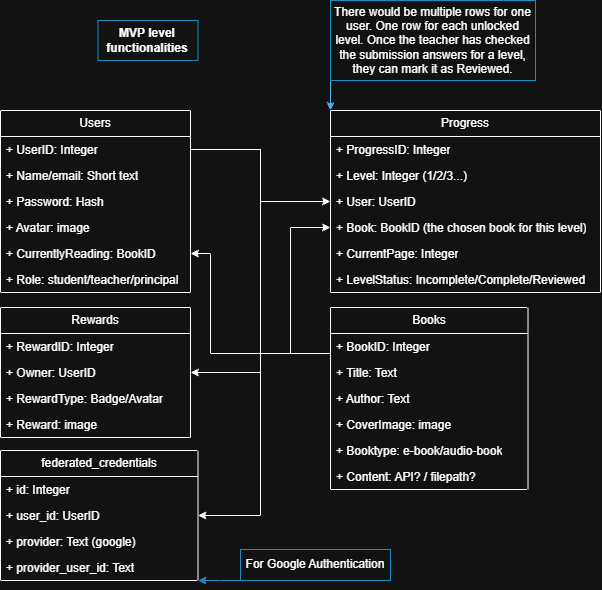
Above: Documentation/charts/DB-structure-MVP.drawio.png in Osoito/ReadingDiplomaWebGame_Capstone1 (draw.io), before the change. Source tidied: cells renumbered, new cells last; positions are measured from the earlier drawing's top-left corner, leaving out a move shared by most shapes. Source of this version:
```xml
<mxGraphModel>
  <root>
    <mxCell id="0" />
    <mxCell id="1" parent="0" />
    <mxCell id="2" value="Users" style="swimlane;fontStyle=0;horizontal=1;startSize=26;fillColor=none;whiteSpace=wrap;html=1;" parent="1" vertex="1">
      <mxGeometry y="110" width="190" height="182" as="geometry" />
    </mxCell>
    <mxCell id="3" value="+ UserID: Integer" style="text;strokeColor=none;fillColor=none;align=left;verticalAlign=top;spacingLeft=4;spacingRight=4;overflow=hidden;points=[[0,0.5],[1,0.5]];portConstraint=eastwest;whiteSpace=wrap;html=1;" parent="2" vertex="1">
      <mxGeometry y="26" width="190" height="26" as="geometry" />
    </mxCell>
    <mxCell id="4" value="+ Name/email: Short text" style="text;strokeColor=none;fillColor=none;align=left;verticalAlign=top;spacingLeft=4;spacingRight=4;overflow=hidden;whiteSpace=wrap;html=1;" parent="2" vertex="1">
      <mxGeometry y="52" width="190" height="26" as="geometry" />
    </mxCell>
    <mxCell id="5" value="+ Password: Hash" style="text;strokeColor=none;fillColor=none;align=left;verticalAlign=top;spacingLeft=4;spacingRight=4;overflow=hidden;whiteSpace=wrap;html=1;" parent="2" vertex="1">
      <mxGeometry y="78" width="190" height="26" as="geometry" />
    </mxCell>
    <mxCell id="6" value="+ Avatar: image" style="text;strokeColor=none;fillColor=none;align=left;verticalAlign=top;spacingLeft=4;spacingRight=4;overflow=hidden;whiteSpace=wrap;html=1;" parent="2" vertex="1">
      <mxGeometry y="104" width="190" height="26" as="geometry" />
    </mxCell>
    <mxCell id="7" value="+ CurrentlyReading: BookID" style="text;strokeColor=none;fillColor=none;align=left;verticalAlign=top;spacingLeft=4;spacingRight=4;overflow=hidden;points=[[0,0.5],[1,0.5]];portConstraint=eastwest;whiteSpace=wrap;html=1;" parent="2" vertex="1">
      <mxGeometry y="130" width="190" height="26" as="geometry" />
    </mxCell>
    <mxCell id="8" value="+ Role: student/teacher/principal" style="text;strokeColor=none;fillColor=none;align=left;verticalAlign=top;spacingLeft=4;spacingRight=4;overflow=hidden;whiteSpace=wrap;html=1;" parent="2" vertex="1">
      <mxGeometry y="156" width="190" height="26" as="geometry" />
    </mxCell>
    <mxCell id="9" value="Books" style="swimlane;fontStyle=0;horizontal=1;startSize=26;fillColor=none;whiteSpace=wrap;html=1;" parent="1" vertex="1">
      <mxGeometry x="330" y="307" width="197.5" height="182" as="geometry" />
    </mxCell>
    <mxCell id="10" value="+ BookID: Integer" style="text;strokeColor=none;fillColor=none;align=left;verticalAlign=top;spacingLeft=4;spacingRight=4;overflow=hidden;points=[[0,0.5],[1,0.5]];portConstraint=eastwest;whiteSpace=wrap;html=1;" parent="9" vertex="1">
      <mxGeometry y="26" width="197.5" height="26" as="geometry" />
    </mxCell>
    <mxCell id="11" value="+ Title: Text" style="text;strokeColor=none;fillColor=none;align=left;verticalAlign=top;spacingLeft=4;spacingRight=4;overflow=hidden;whiteSpace=wrap;html=1;" parent="9" vertex="1">
      <mxGeometry y="52" width="197.5" height="26" as="geometry" />
    </mxCell>
    <mxCell id="12" value="+ Author: Text" style="text;strokeColor=none;fillColor=none;align=left;verticalAlign=top;spacingLeft=4;spacingRight=4;overflow=hidden;whiteSpace=wrap;html=1;" parent="9" vertex="1">
      <mxGeometry y="78" width="197.5" height="26" as="geometry" />
    </mxCell>
    <mxCell id="13" value="+ CoverImage: image" style="text;strokeColor=none;fillColor=none;align=left;verticalAlign=top;spacingLeft=4;spacingRight=4;overflow=hidden;whiteSpace=wrap;html=1;" parent="9" vertex="1">
      <mxGeometry y="104" width="197.5" height="26" as="geometry" />
    </mxCell>
    <mxCell id="14" value="+ Booktype: e-book/audio-book" style="text;strokeColor=none;fillColor=none;align=left;verticalAlign=top;spacingLeft=4;spacingRight=4;overflow=hidden;whiteSpace=wrap;html=1;" parent="9" vertex="1">
      <mxGeometry y="130" width="197.5" height="26" as="geometry" />
    </mxCell>
    <mxCell id="15" value="+ Content: API? / filepath?" style="text;strokeColor=none;fillColor=none;align=left;verticalAlign=top;spacingLeft=4;spacingRight=4;overflow=hidden;whiteSpace=wrap;html=1;" parent="9" vertex="1">
      <mxGeometry y="156" width="197.5" height="26" as="geometry" />
    </mxCell>
    <mxCell id="16" value="Progress" style="swimlane;fontStyle=0;horizontal=1;startSize=26;fillColor=none;whiteSpace=wrap;html=1;" parent="1" vertex="1">
      <mxGeometry x="330" y="110" width="270" height="182" as="geometry" />
    </mxCell>
    <mxCell id="17" value="+ ProgressID: Integer" style="text;strokeColor=none;fillColor=none;align=left;verticalAlign=top;spacingLeft=4;spacingRight=4;overflow=hidden;whiteSpace=wrap;html=1;" parent="16" vertex="1">
      <mxGeometry y="26" width="270" height="26" as="geometry" />
    </mxCell>
    <mxCell id="18" value="+ Level: Integer (1/2/3...)" style="text;strokeColor=none;fillColor=none;align=left;verticalAlign=top;spacingLeft=4;spacingRight=4;overflow=hidden;whiteSpace=wrap;html=1;" parent="16" vertex="1">
      <mxGeometry y="52" width="270" height="26" as="geometry" />
    </mxCell>
    <mxCell id="19" value="+ User: UserID" style="text;strokeColor=none;fillColor=none;align=left;verticalAlign=top;spacingLeft=4;spacingRight=4;overflow=hidden;points=[[0,0.5],[1,0.5]];portConstraint=eastwest;whiteSpace=wrap;html=1;" parent="16" vertex="1">
      <mxGeometry y="78" width="270" height="26" as="geometry" />
    </mxCell>
    <mxCell id="20" value="+ Book: BookID (the chosen book for this level)" style="text;strokeColor=none;fillColor=none;align=left;verticalAlign=top;spacingLeft=4;spacingRight=4;overflow=hidden;points=[[0,0.5],[1,0.5]];portConstraint=eastwest;whiteSpace=wrap;html=1;" parent="16" vertex="1">
      <mxGeometry y="104" width="270" height="26" as="geometry" />
    </mxCell>
    <mxCell id="21" value="+ CurrentPage: Integer" style="text;strokeColor=none;fillColor=none;align=left;verticalAlign=top;spacingLeft=4;spacingRight=4;overflow=hidden;whiteSpace=wrap;html=1;" parent="16" vertex="1">
      <mxGeometry y="130" width="270" height="26" as="geometry" />
    </mxCell>
    <mxCell id="22" value="+ LevelStatus: Incomplete/Complete/Reviewed" style="text;strokeColor=none;fillColor=none;align=left;verticalAlign=top;spacingLeft=4;spacingRight=4;overflow=hidden;whiteSpace=wrap;html=1;" parent="16" vertex="1">
      <mxGeometry y="156" width="270" height="26" as="geometry" />
    </mxCell>
    <mxCell id="23" style="edgeStyle=orthogonalEdgeStyle;rounded=0;jettySize=auto;html=1;exitX=0;exitY=1;exitDx=0;exitDy=0;fillColor=#1ba1e2;strokeColor=#006EAF;entryX=0;entryY=0;entryDx=0;entryDy=0;" parent="1" edge="1" source="24" target="16">
      <mxGeometry relative="1" as="geometry" />
    </mxCell>
    <mxCell id="24" value="There would be multiple rows for one user. One row for each unlocked level. Once the teacher has checked the submission answers for a level, they can mark it as Reviewed." style="rounded=0;whiteSpace=wrap;html=1;strokeColor=#1BA1E2;" parent="1" vertex="1">
      <mxGeometry x="330" width="205" height="80" as="geometry" />
    </mxCell>
    <mxCell id="25" value="Rewards" style="swimlane;fontStyle=0;horizontal=1;startSize=26;fillColor=none;whiteSpace=wrap;html=1;" parent="1" vertex="1">
      <mxGeometry y="307" width="190" height="130" as="geometry" />
    </mxCell>
    <mxCell id="26" value="+ RewardID: Integer" style="text;strokeColor=none;fillColor=none;align=left;verticalAlign=top;spacingLeft=4;spacingRight=4;overflow=hidden;whiteSpace=wrap;html=1;" parent="25" vertex="1">
      <mxGeometry y="26" width="190" height="26" as="geometry" />
    </mxCell>
    <mxCell id="27" value="+ Owner: UserID" style="text;strokeColor=none;fillColor=none;align=left;verticalAlign=top;spacingLeft=4;spacingRight=4;overflow=hidden;points=[[0,0.5],[1,0.5]];portConstraint=eastwest;whiteSpace=wrap;html=1;" parent="25" vertex="1">
      <mxGeometry y="52" width="190" height="26" as="geometry" />
    </mxCell>
    <mxCell id="28" value="+ RewardType: Badge/Avatar" style="text;strokeColor=none;fillColor=none;align=left;verticalAlign=top;spacingLeft=4;spacingRight=4;overflow=hidden;whiteSpace=wrap;html=1;" parent="25" vertex="1">
      <mxGeometry y="78" width="190" height="26" as="geometry" />
    </mxCell>
    <mxCell id="29" value="+ Reward: image" style="text;strokeColor=none;fillColor=none;align=left;verticalAlign=top;spacingLeft=4;spacingRight=4;overflow=hidden;whiteSpace=wrap;html=1;" parent="25" vertex="1">
      <mxGeometry y="104" width="190" height="26" as="geometry" />
    </mxCell>
    <mxCell id="30" style="edgeStyle=orthogonalEdgeStyle;rounded=0;jettySize=auto;html=1;exitX=1;exitY=0.5;exitDx=0;exitDy=0;entryX=1;entryY=0.5;entryDx=0;entryDy=0;" parent="1" edge="1" source="3" target="27">
      <mxGeometry relative="1" as="geometry">
        <Array as="points">
          <mxPoint x="260" y="149" />
          <mxPoint x="260" y="372" />
        </Array>
      </mxGeometry>
    </mxCell>
    <mxCell id="31" style="edgeStyle=orthogonalEdgeStyle;rounded=0;jettySize=auto;html=1;exitX=1;exitY=0.5;exitDx=0;exitDy=0;entryX=0;entryY=0.5;entryDx=0;entryDy=0;" parent="1" edge="1" source="3" target="19">
      <mxGeometry relative="1" as="geometry">
        <Array as="points">
          <mxPoint x="260" y="149" />
          <mxPoint x="260" y="201" />
        </Array>
      </mxGeometry>
    </mxCell>
    <mxCell id="32" style="edgeStyle=orthogonalEdgeStyle;rounded=0;jettySize=auto;html=1;exitX=0;exitY=0.5;exitDx=0;exitDy=0;entryX=1;entryY=0.5;entryDx=0;entryDy=0;" parent="1" edge="1" source="10" target="7">
      <mxGeometry relative="1" as="geometry">
        <Array as="points">
          <mxPoint x="210" y="353" />
          <mxPoint x="210" y="253" />
        </Array>
      </mxGeometry>
    </mxCell>
    <mxCell id="33" style="edgeStyle=orthogonalEdgeStyle;rounded=0;jettySize=auto;html=1;exitX=0;exitY=0.5;exitDx=0;exitDy=0;entryX=0;entryY=0.5;entryDx=0;entryDy=0;" parent="1" edge="1" source="10" target="20">
      <mxGeometry relative="1" as="geometry">
        <Array as="points">
          <mxPoint x="330" y="353" />
          <mxPoint x="290" y="353" />
          <mxPoint x="290" y="227" />
        </Array>
      </mxGeometry>
    </mxCell>
    <mxCell id="34" value="federated_credentials" style="swimlane;fontStyle=0;horizontal=1;startSize=26;fillColor=none;whiteSpace=wrap;html=1;" parent="1" vertex="1">
      <mxGeometry y="450" width="197.5" height="130" as="geometry" />
    </mxCell>
    <mxCell id="35" value="+ id: Integer" style="text;strokeColor=none;fillColor=none;align=left;verticalAlign=top;spacingLeft=4;spacingRight=4;overflow=hidden;whiteSpace=wrap;html=1;" parent="34" vertex="1">
      <mxGeometry y="26" width="197.5" height="26" as="geometry" />
    </mxCell>
    <mxCell id="36" value="+ user_id: UserID" style="text;strokeColor=none;fillColor=none;align=left;verticalAlign=top;spacingLeft=4;spacingRight=4;overflow=hidden;points=[[0,0.5],[1,0.5]];portConstraint=eastwest;whiteSpace=wrap;html=1;" parent="34" vertex="1">
      <mxGeometry y="52" width="197.5" height="26" as="geometry" />
    </mxCell>
    <mxCell id="37" value="+ provider: Text (google)" style="text;strokeColor=none;fillColor=none;align=left;verticalAlign=top;spacingLeft=4;spacingRight=4;overflow=hidden;whiteSpace=wrap;html=1;" parent="34" vertex="1">
      <mxGeometry y="78" width="197.5" height="26" as="geometry" />
    </mxCell>
    <mxCell id="38" value="+ provider_user_id: Text" style="text;strokeColor=none;fillColor=none;align=left;verticalAlign=top;spacingLeft=4;spacingRight=4;overflow=hidden;whiteSpace=wrap;html=1;" parent="34" vertex="1">
      <mxGeometry y="104" width="197.5" height="26" as="geometry" />
    </mxCell>
    <mxCell id="39" style="edgeStyle=orthogonalEdgeStyle;rounded=0;jettySize=auto;html=1;exitX=1;exitY=0.5;exitDx=0;exitDy=0;entryX=1;entryY=0.5;entryDx=0;entryDy=0;" parent="1" edge="1" source="3" target="36">
      <mxGeometry relative="1" as="geometry">
        <Array as="points">
          <mxPoint x="260" y="149" />
          <mxPoint x="260" y="515" />
        </Array>
      </mxGeometry>
    </mxCell>
    <mxCell id="40" style="edgeStyle=orthogonalEdgeStyle;rounded=0;jettySize=auto;html=1;exitX=0;exitY=1;exitDx=0;exitDy=0;entryX=1;entryY=1;entryDx=0;entryDy=0;strokeColor=#1BA1E2;" parent="1" edge="1" source="41" target="34">
      <mxGeometry relative="1" as="geometry">
        <Array as="points">
          <mxPoint x="220" y="580" />
          <mxPoint x="220" y="580" />
        </Array>
      </mxGeometry>
    </mxCell>
    <mxCell id="41" value="For Google Authentication" style="rounded=0;whiteSpace=wrap;html=1;strokeColor=#1BA1E2;" parent="1" vertex="1">
      <mxGeometry x="240" y="549" width="150" height="31" as="geometry" />
    </mxCell>
    <mxCell id="42" value="&lt;b&gt;MVP level functionalities&lt;/b&gt;" style="rounded=0;whiteSpace=wrap;html=1;strokeColor=#1BA1E2;" parent="1" vertex="1">
      <mxGeometry x="97.5" y="20" width="100" height="40" as="geometry" />
    </mxCell>
  </root>
</mxGraphModel>
```
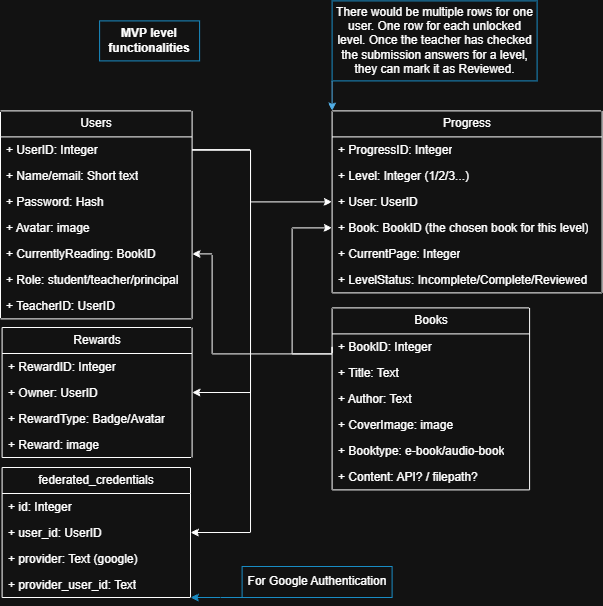
After the commit.

The edit, as a diff of the source:
```diff
@@ -3,28 +3,31 @@
     <mxCell id="0" />
     <mxCell id="1" parent="0" />
     <mxCell id="2" value="Users" style="swimlane;fontStyle=0;horizontal=1;startSize=26;fillColor=none;whiteSpace=wrap;html=1;" parent="1" vertex="1">
-      <mxGeometry y="110" width="190" height="182" as="geometry" />
+      <mxGeometry x="150" y="293.4" width="191.6" height="208" as="geometry" />
     </mxCell>
     <mxCell id="3" value="+ UserID: Integer" style="text;strokeColor=none;fillColor=none;align=left;verticalAlign=top;spacingLeft=4;spacingRight=4;overflow=hidden;points=[[0,0.5],[1,0.5]];portConstraint=eastwest;whiteSpace=wrap;html=1;" parent="2" vertex="1">
-      <mxGeometry y="26" width="190" height="26" as="geometry" />
+      <mxGeometry y="26" width="191.6" height="26" as="geometry" />
     </mxCell>
     <mxCell id="4" value="+ Name/email: Short text" style="text;strokeColor=none;fillColor=none;align=left;verticalAlign=top;spacingLeft=4;spacingRight=4;overflow=hidden;whiteSpace=wrap;html=1;" parent="2" vertex="1">
-      <mxGeometry y="52" width="190" height="26" as="geometry" />
+      <mxGeometry y="52" width="191.6" height="26" as="geometry" />
     </mxCell>
     <mxCell id="5" value="+ Password: Hash" style="text;strokeColor=none;fillColor=none;align=left;verticalAlign=top;spacingLeft=4;spacingRight=4;overflow=hidden;whiteSpace=wrap;html=1;" parent="2" vertex="1">
-      <mxGeometry y="78" width="190" height="26" as="geometry" />
+      <mxGeometry y="78" width="191.6" height="26" as="geometry" />
     </mxCell>
     <mxCell id="6" value="+ Avatar: image" style="text;strokeColor=none;fillColor=none;align=left;verticalAlign=top;spacingLeft=4;spacingRight=4;overflow=hidden;whiteSpace=wrap;html=1;" parent="2" vertex="1">
-      <mxGeometry y="104" width="190" height="26" as="geometry" />
+      <mxGeometry y="104" width="191.6" height="26" as="geometry" />
     </mxCell>
     <mxCell id="7" value="+ CurrentlyReading: BookID" style="text;strokeColor=none;fillColor=none;align=left;verticalAlign=top;spacingLeft=4;spacingRight=4;overflow=hidden;points=[[0,0.5],[1,0.5]];portConstraint=eastwest;whiteSpace=wrap;html=1;" parent="2" vertex="1">
-      <mxGeometry y="130" width="190" height="26" as="geometry" />
+      <mxGeometry y="130" width="191.6" height="26" as="geometry" />
     </mxCell>
     <mxCell id="8" value="+ Role: student/teacher/principal" style="text;strokeColor=none;fillColor=none;align=left;verticalAlign=top;spacingLeft=4;spacingRight=4;overflow=hidden;whiteSpace=wrap;html=1;" parent="2" vertex="1">
-      <mxGeometry y="156" width="190" height="26" as="geometry" />
+      <mxGeometry y="156" width="191.6" height="26" as="geometry" />
     </mxCell>
+    <mxCell id="43" value="+ TeacherID: UserID" style="text;strokeColor=none;fillColor=none;align=left;verticalAlign=top;spacingLeft=4;spacingRight=4;overflow=hidden;whiteSpace=wrap;html=1;" parent="2" vertex="1">
+      <mxGeometry y="182" width="191.6" height="26" as="geometry" />
+    </mxCell>
     <mxCell id="9" value="Books" style="swimlane;fontStyle=0;horizontal=1;startSize=26;fillColor=none;whiteSpace=wrap;html=1;" parent="1" vertex="1">
-      <mxGeometry x="330" y="307" width="197.5" height="182" as="geometry" />
+      <mxGeometry x="481.6" y="490.4" width="197.5" height="182" as="geometry" />
     </mxCell>
     <mxCell id="10" value="+ BookID: Integer" style="text;strokeColor=none;fillColor=none;align=left;verticalAlign=top;spacingLeft=4;spacingRight=4;overflow=hidden;points=[[0,0.5],[1,0.5]];portConstraint=eastwest;whiteSpace=wrap;html=1;" parent="9" vertex="1">
       <mxGeometry y="26" width="197.5" height="26" as="geometry" />
@@ -45,7 +48,7 @@
       <mxGeometry y="156" width="197.5" height="26" as="geometry" />
     </mxCell>
     <mxCell id="16" value="Progress" style="swimlane;fontStyle=0;horizontal=1;startSize=26;fillColor=none;whiteSpace=wrap;html=1;" parent="1" vertex="1">
-      <mxGeometry x="330" y="110" width="270" height="182" as="geometry" />
+      <mxGeometry x="481.6" y="293.4" width="270" height="182" as="geometry" />
     </mxCell>
     <mxCell id="17" value="+ ProgressID: Integer" style="text;strokeColor=none;fillColor=none;align=left;verticalAlign=top;spacingLeft=4;spacingRight=4;overflow=hidden;whiteSpace=wrap;html=1;" parent="16" vertex="1">
       <mxGeometry y="26" width="270" height="26" as="geometry" />
@@ -69,10 +72,10 @@
       <mxGeometry relative="1" as="geometry" />
     </mxCell>
     <mxCell id="24" value="There would be multiple rows for one user. One row for each unlocked level. Once the teacher has checked the submission answers for a level, they can mark it as Reviewed." style="rounded=0;whiteSpace=wrap;html=1;strokeColor=#1BA1E2;" parent="1" vertex="1">
-      <mxGeometry x="330" width="205" height="80" as="geometry" />
+      <mxGeometry x="481.6" y="183.4" width="205" height="80" as="geometry" />
     </mxCell>
     <mxCell id="25" value="Rewards" style="swimlane;fontStyle=0;horizontal=1;startSize=26;fillColor=none;whiteSpace=wrap;html=1;" parent="1" vertex="1">
-      <mxGeometry y="307" width="190" height="130" as="geometry" />
+      <mxGeometry x="151.6" y="510" width="190" height="130" as="geometry" />
     </mxCell>
     <mxCell id="26" value="+ RewardID: Integer" style="text;strokeColor=none;fillColor=none;align=left;verticalAlign=top;spacingLeft=4;spacingRight=4;overflow=hidden;whiteSpace=wrap;html=1;" parent="25" vertex="1">
       <mxGeometry y="26" width="190" height="26" as="geometry" />
@@ -89,72 +92,72 @@
     <mxCell id="30" style="edgeStyle=orthogonalEdgeStyle;rounded=0;jettySize=auto;html=1;exitX=1;exitY=0.5;exitDx=0;exitDy=0;entryX=1;entryY=0.5;entryDx=0;entryDy=0;" parent="1" edge="1" source="3" target="27">
       <mxGeometry relative="1" as="geometry">
         <Array as="points">
-          <mxPoint x="260" y="149" />
-          <mxPoint x="260" y="372" />
+          <mxPoint x="400" y="332" />
+          <mxPoint x="400" y="575" />
         </Array>
       </mxGeometry>
     </mxCell>
     <mxCell id="31" style="edgeStyle=orthogonalEdgeStyle;rounded=0;jettySize=auto;html=1;exitX=1;exitY=0.5;exitDx=0;exitDy=0;entryX=0;entryY=0.5;entryDx=0;entryDy=0;" parent="1" edge="1" source="3" target="19">
       <mxGeometry relative="1" as="geometry">
         <Array as="points">
-          <mxPoint x="260" y="149" />
-          <mxPoint x="260" y="201" />
+          <mxPoint x="400" y="332" />
+          <mxPoint x="400" y="384" />
         </Array>
       </mxGeometry>
     </mxCell>
     <mxCell id="32" style="edgeStyle=orthogonalEdgeStyle;rounded=0;jettySize=auto;html=1;exitX=0;exitY=0.5;exitDx=0;exitDy=0;entryX=1;entryY=0.5;entryDx=0;entryDy=0;" parent="1" edge="1" source="10" target="7">
       <mxGeometry relative="1" as="geometry">
         <Array as="points">
-          <mxPoint x="210" y="353" />
-          <mxPoint x="210" y="253" />
+          <mxPoint x="361.6" y="536.4" />
+          <mxPoint x="361.6" y="436.4" />
         </Array>
       </mxGeometry>
     </mxCell>
     <mxCell id="33" style="edgeStyle=orthogonalEdgeStyle;rounded=0;jettySize=auto;html=1;exitX=0;exitY=0.5;exitDx=0;exitDy=0;entryX=0;entryY=0.5;entryDx=0;entryDy=0;" parent="1" edge="1" source="10" target="20">
       <mxGeometry relative="1" as="geometry">
         <Array as="points">
-          <mxPoint x="330" y="353" />
-          <mxPoint x="290" y="353" />
-          <mxPoint x="290" y="227" />
+          <mxPoint x="481.6" y="536.4" />
+          <mxPoint x="441.6" y="536.4" />
+          <mxPoint x="441.6" y="410.4" />
         </Array>
       </mxGeometry>
     </mxCell>
     <mxCell id="34" value="federated_credentials" style="swimlane;fontStyle=0;horizontal=1;startSize=26;fillColor=none;whiteSpace=wrap;html=1;" parent="1" vertex="1">
-      <mxGeometry y="450" width="197.5" height="130" as="geometry" />
+      <mxGeometry x="151.6" y="650" width="188.4" height="130" as="geometry" />
     </mxCell>
     <mxCell id="35" value="+ id: Integer" style="text;strokeColor=none;fillColor=none;align=left;verticalAlign=top;spacingLeft=4;spacingRight=4;overflow=hidden;whiteSpace=wrap;html=1;" parent="34" vertex="1">
-      <mxGeometry y="26" width="197.5" height="26" as="geometry" />
+      <mxGeometry y="26" width="188.4" height="26" as="geometry" />
     </mxCell>
     <mxCell id="36" value="+ user_id: UserID" style="text;strokeColor=none;fillColor=none;align=left;verticalAlign=top;spacingLeft=4;spacingRight=4;overflow=hidden;points=[[0,0.5],[1,0.5]];portConstraint=eastwest;whiteSpace=wrap;html=1;" parent="34" vertex="1">
-      <mxGeometry y="52" width="197.5" height="26" as="geometry" />
+      <mxGeometry y="52" width="188.4" height="26" as="geometry" />
     </mxCell>
     <mxCell id="37" value="+ provider: Text (google)" style="text;strokeColor=none;fillColor=none;align=left;verticalAlign=top;spacingLeft=4;spacingRight=4;overflow=hidden;whiteSpace=wrap;html=1;" parent="34" vertex="1">
-      <mxGeometry y="78" width="197.5" height="26" as="geometry" />
+      <mxGeometry y="78" width="188.4" height="26" as="geometry" />
     </mxCell>
     <mxCell id="38" value="+ provider_user_id: Text" style="text;strokeColor=none;fillColor=none;align=left;verticalAlign=top;spacingLeft=4;spacingRight=4;overflow=hidden;whiteSpace=wrap;html=1;" parent="34" vertex="1">
-      <mxGeometry y="104" width="197.5" height="26" as="geometry" />
+      <mxGeometry y="104" width="188.4" height="26" as="geometry" />
     </mxCell>
     <mxCell id="39" style="edgeStyle=orthogonalEdgeStyle;rounded=0;jettySize=auto;html=1;exitX=1;exitY=0.5;exitDx=0;exitDy=0;entryX=1;entryY=0.5;entryDx=0;entryDy=0;" parent="1" edge="1" source="3" target="36">
       <mxGeometry relative="1" as="geometry">
         <Array as="points">
-          <mxPoint x="260" y="149" />
-          <mxPoint x="260" y="515" />
+          <mxPoint x="400" y="332" />
+          <mxPoint x="400" y="715" />
         </Array>
       </mxGeometry>
     </mxCell>
     <mxCell id="40" style="edgeStyle=orthogonalEdgeStyle;rounded=0;jettySize=auto;html=1;exitX=0;exitY=1;exitDx=0;exitDy=0;entryX=1;entryY=1;entryDx=0;entryDy=0;strokeColor=#1BA1E2;" parent="1" edge="1" source="41" target="34">
       <mxGeometry relative="1" as="geometry">
         <Array as="points">
-          <mxPoint x="220" y="580" />
-          <mxPoint x="220" y="580" />
+          <mxPoint x="370" y="780" />
+          <mxPoint x="370" y="780" />
         </Array>
       </mxGeometry>
     </mxCell>
     <mxCell id="41" value="For Google Authentication" style="rounded=0;whiteSpace=wrap;html=1;strokeColor=#1BA1E2;" parent="1" vertex="1">
-      <mxGeometry x="240" y="549" width="150" height="31" as="geometry" />
+      <mxGeometry x="391.6" y="749" width="150" height="31" as="geometry" />
     </mxCell>
     <mxCell id="42" value="&lt;b&gt;MVP level functionalities&lt;/b&gt;" style="rounded=0;whiteSpace=wrap;html=1;strokeColor=#1BA1E2;" parent="1" vertex="1">
-      <mxGeometry x="97.5" y="20" width="100" height="40" as="geometry" />
+      <mxGeometry x="249.1" y="203.4" width="100" height="40" as="geometry" />
     </mxCell>
   </root>
 </mxGraphModel>
```
